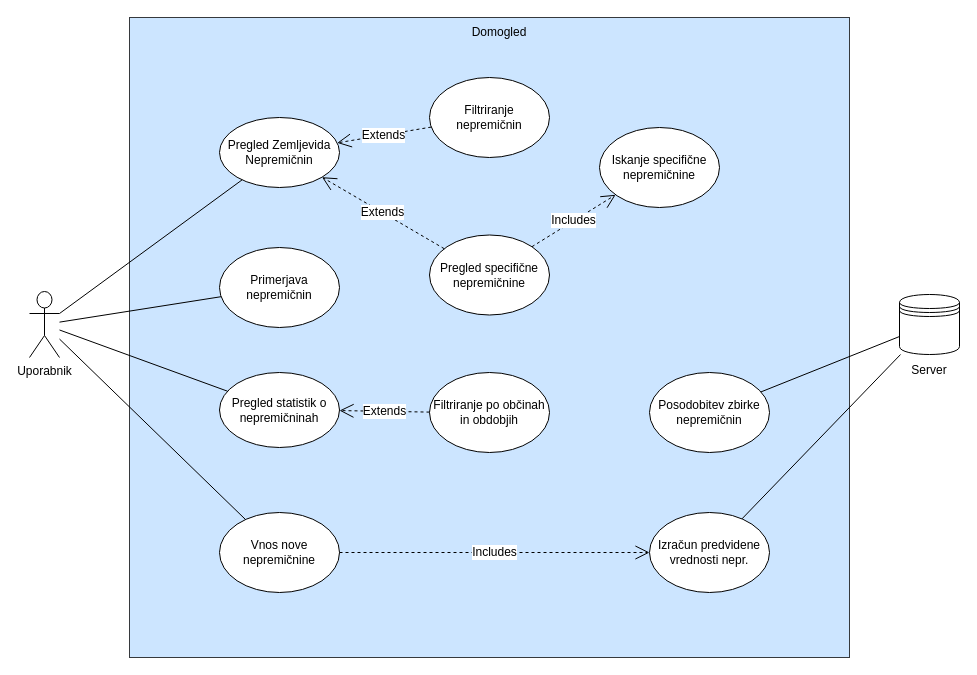
Above: nacrtovanje/DPU-domogled.drawio in toorkk/diplomski-projekt-domogled (draw.io), before the change. Source tidied: cells renumbered, new cells numbered last; positions are measured from the earlier drawing's top-left corner, leaving out a move shared by most shapes. Both pictures are drawn from the tidied source at 100%, with x=0, y=0 at pixel (29, 17).
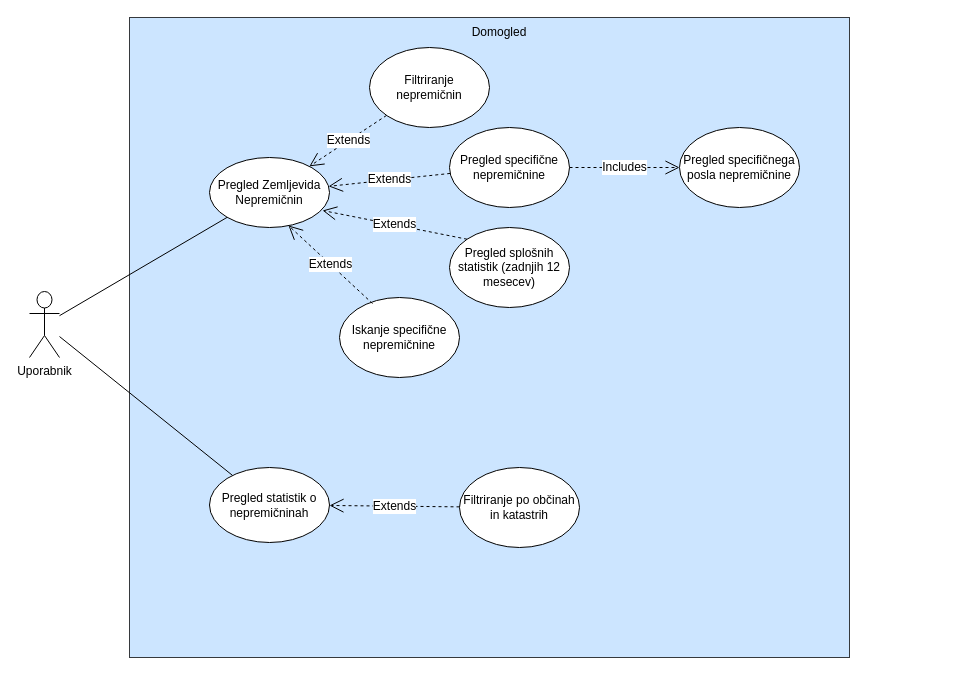
Above is the later version.

Unchanged cells that the change refers to:
```xml
<mxCell id="3" value="Uporabnik" style="shape=umlActor;verticalLabelPosition=bottom;verticalAlign=top;html=1;outlineConnect=0;" parent="1" vertex="1">
  <mxGeometry y="274" width="30" height="66" as="geometry" />
</mxCell>
```

What changed in the source:
```diff
@@
     <mxCell id="5" value="Pregled Zemljevida Nepremičnin" style="ellipse;whiteSpace=wrap;html=1;" parent="1" vertex="1">
-      <mxGeometry x="190" y="100" width="120" height="70" as="geometry" />
+      <mxGeometry x="180" y="140" width="120" height="70" as="geometry" />
     </mxCell>
@@
     <mxCell id="7" value="Pregled specifične nepremičnine" style="ellipse;whiteSpace=wrap;html=1;" parent="1" vertex="1">
-      <mxGeometry x="400" y="217.5" width="120" height="80" as="geometry" />
+      <mxGeometry x="420" y="110" width="120" height="80" as="geometry" />
     </mxCell>
     <mxCell id="8" value="Filtriranje nepremičnin" style="ellipse;whiteSpace=wrap;html=1;" parent="1" vertex="1">
-      <mxGeometry x="400" y="60" width="120" height="80" as="geometry" />
+      <mxGeometry x="340" y="30" width="120" height="80" as="geometry" />
     </mxCell>
     <mxCell id="9" value="Pregled statistik o nepremičninah" style="ellipse;whiteSpace=wrap;html=1;" parent="1" vertex="1">
-      <mxGeometry x="190" y="355" width="120" height="75" as="geometry" />
+      <mxGeometry x="180" y="450" width="120" height="75" as="geometry" />
     </mxCell>
-    <mxCell id="10" value="Primerjava nepremičnin" style="ellipse;whiteSpace=wrap;html=1;" parent="1" vertex="1">
-      <mxGeometry x="190" y="230" width="120" height="80" as="geometry" />
-    </mxCell>
-    <mxCell id="11" value="Izračun predvidene vrednosti nepr." style="ellipse;whiteSpace=wrap;html=1;" parent="1" vertex="1">
-      <mxGeometry x="620" y="495" width="120" height="80" as="geometry" />
-    </mxCell>
+    <mxCell id="27" value="Pregled specifičnega posla nepremičnine" style="ellipse;whiteSpace=wrap;html=1;" parent="1" vertex="1">
+      <mxGeometry x="650" y="110" width="120" height="80" as="geometry" />
+    </mxCell>
+    <mxCell id="14" style="endArrow=none;html=1;rounded=0;" parent="1" edge="1" source="3" target="9">
+      <mxGeometry relative="1" as="geometry" />
+    </mxCell>
+    <mxCell id="16" value="&lt;font style=&quot;font-size: 12px;&quot;&gt;Extends&lt;/font&gt;" style="endArrow=open;endSize=12;dashed=1;html=1;rounded=0;" parent="1" edge="1" source="8" target="5">
+      <mxGeometry relative="1" as="geometry" />
+    </mxCell>
+    <mxCell id="28" value="&lt;font style=&quot;font-size: 12px;&quot;&gt;Includes&lt;/font&gt;" style="endArrow=open;endSize=12;dashed=1;html=1;rounded=0;exitX=1;exitY=0.5;exitDx=0;exitDy=0;" parent="1" edge="1" source="7" target="27">
+      <mxGeometry relative="1" as="geometry" />
+    </mxCell>
+    <mxCell id="18" value="&lt;font style=&quot;font-size: 12px;&quot;&gt;Extends&lt;/font&gt;" style="endArrow=open;endSize=12;dashed=1;html=1;rounded=0;" parent="1" edge="1" source="7" target="5">
+      <mxGeometry relative="1" as="geometry" />
+    </mxCell>
+    <mxCell id="29" value="Filtriranje po občinah in katastrih" style="ellipse;whiteSpace=wrap;html=1;" parent="1" vertex="1">
+      <mxGeometry x="430" y="450" width="120" height="80" as="geometry" />
+    </mxCell>
+    <mxCell id="30" value="&lt;font style=&quot;font-size: 12px;&quot;&gt;Extends&lt;/font&gt;" style="endArrow=open;endSize=12;dashed=1;html=1;rounded=0;" parent="1" edge="1" source="29" target="9">
+      <mxGeometry relative="1" as="geometry" />
+    </mxCell>
+    <mxCell id="31" value="Pregled splošnih statistik (zadnjih 12 mesecev)" style="ellipse;whiteSpace=wrap;html=1;" parent="1" vertex="1">
+      <mxGeometry x="420" y="210" width="120" height="80" as="geometry" />
+    </mxCell>
+    <mxCell id="32" value="&lt;font style=&quot;font-size: 12px;&quot;&gt;Extends&lt;/font&gt;" style="endArrow=open;endSize=12;dashed=1;html=1;rounded=0;entryX=0.942;entryY=0.757;entryDx=0;entryDy=0;entryPerimeter=0;exitX=0;exitY=0;exitDx=0;exitDy=0;" parent="1" edge="1" source="31" target="5">
+      <mxGeometry relative="1" as="geometry" />
+    </mxCell>
     <mxCell id="12" value="Iskanje specifične nepremičnine" style="ellipse;whiteSpace=wrap;html=1;" parent="1" vertex="1">
-      <mxGeometry x="570" y="110" width="120" height="80" as="geometry" />
+      <mxGeometry x="310" y="280" width="120" height="80" as="geometry" />
     </mxCell>
-    <mxCell id="13" value="&lt;div&gt;&lt;br&gt;&lt;/div&gt;&lt;div&gt;&lt;br&gt;&lt;/div&gt;&lt;div&gt;&lt;br&gt;&lt;/div&gt;&lt;div&gt;&lt;br&gt;&lt;/div&gt;&lt;div&gt;&lt;br&gt;&lt;/div&gt;Server" style="shape=datastore;whiteSpace=wrap;html=1;" parent="1" vertex="1">
-      <mxGeometry x="870" y="277" width="60" height="60" as="geometry" />
-    </mxCell>
-    <mxCell id="14" style="endArrow=none;html=1;rounded=0;" parent="1" edge="1" source="3" target="9">
-      <mxGeometry relative="1" as="geometry" />
-    </mxCell>
-    <mxCell id="15" style="endArrow=none;html=1;rounded=0;" parent="1" edge="1" source="3" target="10">
-      <mxGeometry relative="1" as="geometry" />
-    </mxCell>
-    <mxCell id="16" value="&lt;font style=&quot;font-size: 12px;&quot;&gt;Extends&lt;/font&gt;" style="endArrow=open;endSize=12;dashed=1;html=1;rounded=0;" parent="1" edge="1" source="8" target="5">
-      <mxGeometry relative="1" as="geometry" />
-    </mxCell>
-    <mxCell id="17" value="&lt;font style=&quot;font-size: 12px;&quot;&gt;Includes&lt;/font&gt;" style="endArrow=open;endSize=12;dashed=1;html=1;rounded=0;exitX=1;exitY=0;exitDx=0;exitDy=0;" parent="1" edge="1" source="7" target="12">
-      <mxGeometry relative="1" as="geometry" />
-    </mxCell>
-    <mxCell id="18" value="&lt;font style=&quot;font-size: 12px;&quot;&gt;Extends&lt;/font&gt;" style="endArrow=open;endSize=12;dashed=1;html=1;rounded=0;" parent="1" edge="1" source="7" target="5">
-      <mxGeometry relative="1" as="geometry" />
-    </mxCell>
-    <mxCell id="19" value="Vnos nove nepremičnine" style="ellipse;whiteSpace=wrap;html=1;" parent="1" vertex="1">
-      <mxGeometry x="190" y="495" width="120" height="80" as="geometry" />
-    </mxCell>
-    <mxCell id="20" style="endArrow=none;html=1;rounded=0;" parent="1" edge="1" source="3" target="19">
-      <mxGeometry relative="1" as="geometry" />
-    </mxCell>
-    <mxCell id="21" value="&lt;div&gt;&lt;font style=&quot;font-size: 12px;&quot;&gt;Includes&lt;/font&gt;&lt;/div&gt;" style="endArrow=open;endSize=12;dashed=1;html=1;rounded=0;" parent="1" edge="1" source="19" target="11">
-      <mxGeometry relative="1" as="geometry" />
-    </mxCell>
-    <mxCell id="22" style="endArrow=none;html=1;rounded=0;" parent="1" edge="1" source="13" target="11">
-      <mxGeometry relative="1" as="geometry" />
-    </mxCell>
-    <mxCell id="23" value="Posodobitev zbirke&lt;br&gt;nepremičnin" style="ellipse;whiteSpace=wrap;html=1;" parent="1" vertex="1">
-      <mxGeometry x="620" y="355" width="120" height="80" as="geometry" />
-    </mxCell>
-    <mxCell id="24" style="endArrow=none;html=1;rounded=0;" parent="1" edge="1" source="13" target="23">
-      <mxGeometry relative="1" as="geometry" />
-    </mxCell>
-    <mxCell id="25" value="Filtriranje po občinah in obdobjih" style="ellipse;whiteSpace=wrap;html=1;" parent="1" vertex="1">
-      <mxGeometry x="400" y="355" width="120" height="80" as="geometry" />
-    </mxCell>
-    <mxCell id="26" value="&lt;font style=&quot;font-size: 12px;&quot;&gt;Extends&lt;/font&gt;" style="endArrow=open;endSize=12;dashed=1;html=1;rounded=0;" parent="1" edge="1" source="25" target="9">
-      <mxGeometry relative="1" as="geometry" />
-    </mxCell>
+    <mxCell id="33" value="&lt;font style=&quot;font-size: 12px;&quot;&gt;Extends&lt;/font&gt;" style="endArrow=open;endSize=12;dashed=1;html=1;rounded=0;entryX=0.658;entryY=0.971;entryDx=0;entryDy=0;entryPerimeter=0;exitX=0.275;exitY=0.075;exitDx=0;exitDy=0;exitPerimeter=0;" parent="1" edge="1" source="12" target="5">
+      <mxGeometry relative="1" as="geometry" />
+    </mxCell>
```
